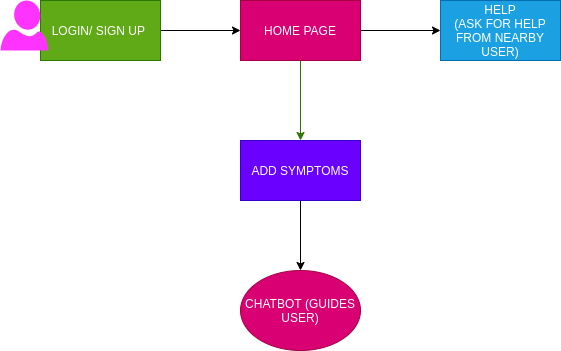
iamdeepti/pink-diary keeps this draw.io diagram as pink-diary-flowchart.png. Above is the earlier version. Source tidied: cells renumbered, new cells last; positions are measured from the earlier drawing's top-left corner, leaving out a move shared by most shapes.
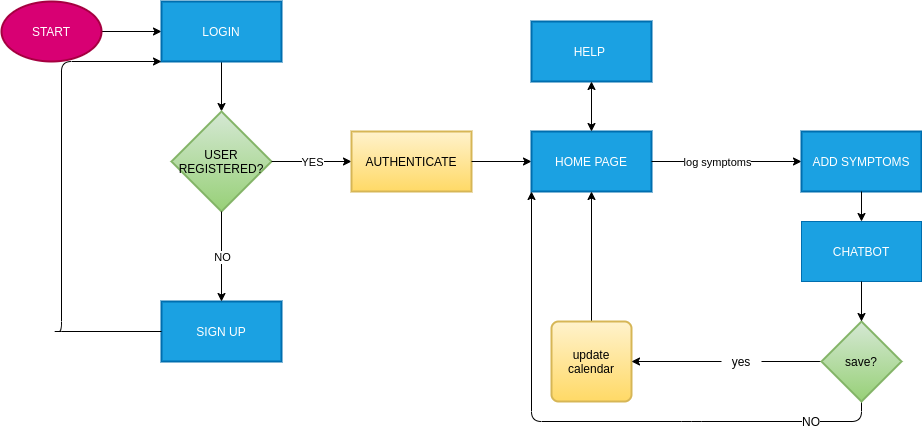
The same diagram one commit later.

What changed in the source:
```diff
@@ -2,35 +2,112 @@
   <root>
     <mxCell id="0" />
     <mxCell id="1" parent="0" />
-    <mxCell id="2" style="edgeStyle=orthogonalEdgeStyle;rounded=0;jettySize=auto;html=1;" parent="1" edge="1" source="3" target="7">
-      <mxGeometry relative="1" as="geometry" />
-    </mxCell>
-    <mxCell id="3" value="LOGIN/ SIGN UP&amp;nbsp;" style="rounded=0;whiteSpace=wrap;html=1;fillColor=#60a917;strokeColor=#2D7600;fontColor=#ffffff;" parent="1" vertex="1">
-      <mxGeometry x="40" width="120" height="60" as="geometry" />
-    </mxCell>
-    <mxCell id="4" style="verticalLabelPosition=bottom;html=1;verticalAlign=top;align=center;strokeColor=none;shape=mxgraph.azure.user;fillColor=#FF33FF;" parent="1" vertex="1">
-      <mxGeometry width="47.5" height="50" as="geometry" />
-    </mxCell>
+    <mxCell id="12" style="edgeStyle=orthogonalEdgeStyle;rounded=0;jettySize=auto;html=1;" parent="1" edge="1" source="13" target="15">
+      <mxGeometry relative="1" as="geometry" />
+    </mxCell>
+    <mxCell id="13" value="START" style="strokeWidth=2;html=1;shape=mxgraph.flowchart.start_1;whiteSpace=wrap;fillColor=#d80073;strokeColor=#A50040;fontColor=#ffffff;" parent="1" vertex="1">
+      <mxGeometry x="40" y="280" width="100" height="60" as="geometry" />
+    </mxCell>
+    <mxCell id="14" style="edgeStyle=orthogonalEdgeStyle;rounded=0;jettySize=auto;html=1;" parent="1" edge="1" source="15" target="16">
+      <mxGeometry relative="1" as="geometry" />
+    </mxCell>
+    <mxCell id="15" value="LOGIN" style="whiteSpace=wrap;html=1;strokeWidth=2;fillColor=#1ba1e2;strokeColor=#006EAF;fontColor=#ffffff;" parent="1" vertex="1">
+      <mxGeometry x="200" y="280" width="120" height="60" as="geometry" />
+    </mxCell>
+    <mxCell id="16" value="USER REGISTERED?" style="rhombus;whiteSpace=wrap;html=1;strokeWidth=2;gradientColor=#97d077;fillColor=#d5e8d4;strokeColor=#82b366;" parent="1" vertex="1">
+      <mxGeometry x="210" y="390" width="100" height="100" as="geometry" />
+    </mxCell>
+    <mxCell id="17" value="SIGN UP" style="whiteSpace=wrap;html=1;strokeWidth=2;fillColor=#1ba1e2;strokeColor=#006EAF;fontColor=#ffffff;" parent="1" vertex="1">
+      <mxGeometry x="200" y="580" width="120" height="60" as="geometry" />
+    </mxCell>
+    <mxCell id="18" style="endArrow=classic;html=1;exitX=0;exitY=0.5;exitDx=0;exitDy=0;entryX=0;entryY=1;entryDx=0;entryDy=0;" parent="1" edge="1" source="17" target="15">
+      <mxGeometry relative="1" as="geometry">
+        <Array as="points">
+          <mxPoint x="90" y="610" />
+          <mxPoint x="100" y="610" />
+          <mxPoint x="100" y="340" />
+        </Array>
+      </mxGeometry>
+    </mxCell>
+    <mxCell id="19" style="endArrow=classic;html=1;exitX=0.5;exitY=1;exitDx=0;exitDy=0;entryX=0.5;entryY=0;entryDx=0;entryDy=0;" parent="1" edge="1" source="16" target="17">
+      <mxGeometry relative="1" as="geometry" />
+    </mxCell>
+    <mxCell id="20" value="NO" style="edgeLabel;html=1;align=center;verticalAlign=middle;" parent="19" vertex="1">
+      <mxGeometry relative="1" as="geometry" />
+    </mxCell>
+    <mxCell id="21" style="endArrow=classic;html=1;exitX=1;exitY=0.5;exitDx=0;exitDy=0;entryX=0;entryY=0.5;entryDx=0;entryDy=0;" parent="1" edge="1" source="16" target="23">
+      <mxGeometry relative="1" as="geometry" />
+    </mxCell>
+    <mxCell id="22" value="YES" style="edgeLabel;html=1;align=center;verticalAlign=middle;" parent="21" vertex="1">
+      <mxGeometry relative="1" as="geometry" />
+    </mxCell>
+    <mxCell id="23" value="AUTHENTICATE" style="whiteSpace=wrap;html=1;strokeWidth=2;fillColor=#fff2cc;strokeColor=#d6b656;gradientColor=#ffd966;" parent="1" vertex="1">
+      <mxGeometry x="390" y="410" width="120" height="60" as="geometry" />
+    </mxCell>
+    <mxCell id="24" style="edgeStyle=orthogonalEdgeStyle;rounded=0;jettySize=auto;html=1;" parent="1" edge="1" source="23" target="7">
+      <mxGeometry x="630" y="490" as="geometry" />
+    </mxCell>
+    <mxCell id="25" style="group;" parent="1" vertex="1">
+      <mxGeometry x="570" y="300" width="390" height="410" as="geometry" />
+    </mxCell>
+    <mxCell id="7" value="HOME PAGE" style="whiteSpace=wrap;html=1;strokeWidth=2;fillColor=#1ba1e2;strokeColor=#006EAF;fontColor=#ffffff;" parent="25" vertex="1">
+      <mxGeometry y="110" width="120" height="60" as="geometry" />
+    </mxCell>
+    <mxCell id="26" value="HELP&amp;nbsp;" style="whiteSpace=wrap;html=1;strokeWidth=2;fillColor=#1ba1e2;strokeColor=#006EAF;fontColor=#ffffff;" parent="25" vertex="1">
+      <mxGeometry width="120" height="60" as="geometry" />
+    </mxCell>
+    <mxCell id="27" style="edgeStyle=orthogonalEdgeStyle;rounded=0;jettySize=auto;html=1;fixDash=0;startArrow=classic;startFill=1;" parent="25" edge="1" source="7" target="26">
+      <mxGeometry x="-40" y="-30" as="geometry" />
+    </mxCell>
-    <mxCell id="5" style="edgeStyle=orthogonalEdgeStyle;rounded=0;jettySize=auto;html=1;fillColor=#60a917;strokeColor=#2D7600;" parent="1" edge="1" source="7" target="9">
-      <mxGeometry relative="1" as="geometry" />
+    <mxCell id="5" style="endArrow=classic;html=1;exitX=1;exitY=0.5;exitDx=0;exitDy=0;entryX=0;entryY=0.5;entryDx=0;entryDy=0;" parent="25" edge="1" source="7" target="9">
+      <mxGeometry x="-40" y="-30" as="geometry" />
     </mxCell>
-    <mxCell id="6" style="edgeStyle=orthogonalEdgeStyle;rounded=0;jettySize=auto;html=1;" parent="1" edge="1" source="7" target="10">
-      <mxGeometry relative="1" as="geometry" />
-    </mxCell>
-    <mxCell id="7" value="HOME PAGE" style="rounded=0;whiteSpace=wrap;html=1;fillColor=#d80073;strokeColor=#A50040;fontColor=#ffffff;" parent="1" vertex="1">
-      <mxGeometry x="240" width="120" height="60" as="geometry" />
-    </mxCell>
-    <mxCell id="8" style="edgeStyle=orthogonalEdgeStyle;rounded=0;jettySize=auto;html=1;" parent="1" edge="1" source="9" target="11">
-      <mxGeometry relative="1" as="geometry" />
-    </mxCell>
+    <mxCell id="28" value="log symptoms" style="edgeLabel;html=1;align=center;verticalAlign=middle;" parent="5" vertex="1">
+      <mxGeometry relative="1" as="geometry">
+        <mxPoint x="-10" as="offset" />
+      </mxGeometry>
+    </mxCell>
+    <mxCell id="29" style="edgeStyle=orthogonalEdgeStyle;rounded=0;jettySize=auto;html=1;startArrow=none;startFill=0;" parent="25" edge="1" source="30" target="7">
+      <mxGeometry x="-40" y="-30" as="geometry" />
+    </mxCell>
+    <mxCell id="30" value="update calendar" style="rounded=1;whiteSpace=wrap;html=1;absoluteArcSize=1;arcSize=14;strokeWidth=2;gradientColor=#ffd966;fillColor=#fff2cc;strokeColor=#d6b656;" parent="25" vertex="1">
+      <mxGeometry x="20" y="300" width="80" height="80" as="geometry" />
+    </mxCell>
+    <mxCell id="31" style="edgeStyle=orthogonalEdgeStyle;rounded=0;jettySize=auto;html=1;startArrow=classic;startFill=1;labelBorderColor=none;endArrow=none;endFill=0;" parent="25" edge="1" source="30" target="33">
+      <mxGeometry x="-40" y="-30" as="geometry" />
+    </mxCell>
+    <mxCell id="32" style="endArrow=classic;html=1;exitX=0.5;exitY=1;exitDx=0;exitDy=0;entryX=0;entryY=1;entryDx=0;entryDy=0;" parent="25" edge="1" source="36" target="7">
+      <mxGeometry x="-40" y="-30" as="geometry">
+        <Array as="points">
+          <mxPoint x="330" y="400" />
+          <mxPoint x="160" y="400" />
+          <mxPoint y="400" />
+        </Array>
+      </mxGeometry>
+    </mxCell>
+    <mxCell id="33" value="yes" style="text;html=1;strokeColor=none;fillColor=none;align=center;verticalAlign=middle;whiteSpace=wrap;rounded=0;labelBackgroundColor=#ffffff;" parent="25" vertex="1">
+      <mxGeometry x="190" y="330" width="40" height="20" as="geometry" />
+    </mxCell>
+    <mxCell id="34" value="NO" style="text;html=1;strokeColor=none;fillColor=none;align=center;verticalAlign=middle;whiteSpace=wrap;rounded=0;labelBackgroundColor=#ffffff;" parent="25" vertex="1">
+      <mxGeometry x="260" y="390" width="40" height="20" as="geometry" />
+    </mxCell>
+    <mxCell id="35" style="edgeStyle=orthogonalEdgeStyle;rounded=0;jettySize=auto;html=1;startArrow=none;startFill=0;labelBorderColor=none;endArrow=none;endFill=0;" parent="25" edge="1" source="33" target="36">
+      <mxGeometry x="1110" y="440" as="geometry" />
+    </mxCell>
-    <mxCell id="9" value="ADD SYMPTOMS" style="rounded=0;whiteSpace=wrap;html=1;fillColor=#6a00ff;strokeColor=#3700CC;fontColor=#ffffff;" parent="1" vertex="1">
-      <mxGeometry x="240" y="140" width="120" height="60" as="geometry" />
+    <mxCell id="9" value="ADD SYMPTOMS" style="whiteSpace=wrap;html=1;strokeWidth=2;fillColor=#1ba1e2;strokeColor=#006EAF;fontColor=#ffffff;" parent="25" vertex="1">
+      <mxGeometry x="270" y="110" width="120" height="60" as="geometry" />
     </mxCell>
-    <mxCell id="10" value="HELP&lt;br&gt;(ASK FOR HELP FROM NEARBY USER)" style="rounded=0;whiteSpace=wrap;html=1;fillColor=#1ba1e2;strokeColor=#006EAF;fontColor=#ffffff;" parent="1" vertex="1">
-      <mxGeometry x="440" width="120" height="60" as="geometry" />
-    </mxCell>
-    <mxCell id="11" value="CHATBOT (GUIDES USER)" style="ellipse;whiteSpace=wrap;html=1;rounded=0;fillColor=#d80073;strokeColor=#A50040;fontColor=#ffffff;" parent="1" vertex="1">
-      <mxGeometry x="240" y="270" width="120" height="80" as="geometry" />
-    </mxCell>
+    <mxCell id="36" value="save?" style="rhombus;whiteSpace=wrap;html=1;strokeWidth=2;fillColor=#d5e8d4;strokeColor=#82b366;gradientColor=#97d077;" parent="25" vertex="1">
+      <mxGeometry x="290" y="300" width="80" height="80" as="geometry" />
+    </mxCell>
+    <mxCell id="37" value="CHATBOT" style="rounded=0;whiteSpace=wrap;html=1;labelBackgroundColor=none;fillColor=#1ba1e2;strokeColor=#006EAF;fontColor=#ffffff;" parent="25" vertex="1">
+      <mxGeometry x="270" y="200" width="120" height="60" as="geometry" />
+    </mxCell>
+    <mxCell id="38" style="edgeStyle=orthogonalEdgeStyle;rounded=0;jettySize=auto;html=1;startArrow=none;startFill=0;" parent="25" edge="1" source="9" target="37">
+      <mxGeometry x="-120" y="-30" as="geometry" />
+    </mxCell>
+    <mxCell id="39" style="edgeStyle=orthogonalEdgeStyle;rounded=0;jettySize=auto;html=1;startArrow=none;startFill=0;" parent="25" edge="1" source="37" target="36">
+      <mxGeometry x="-120" y="-30" as="geometry" />
+    </mxCell>
   </root>
 </mxGraphModel>
```
